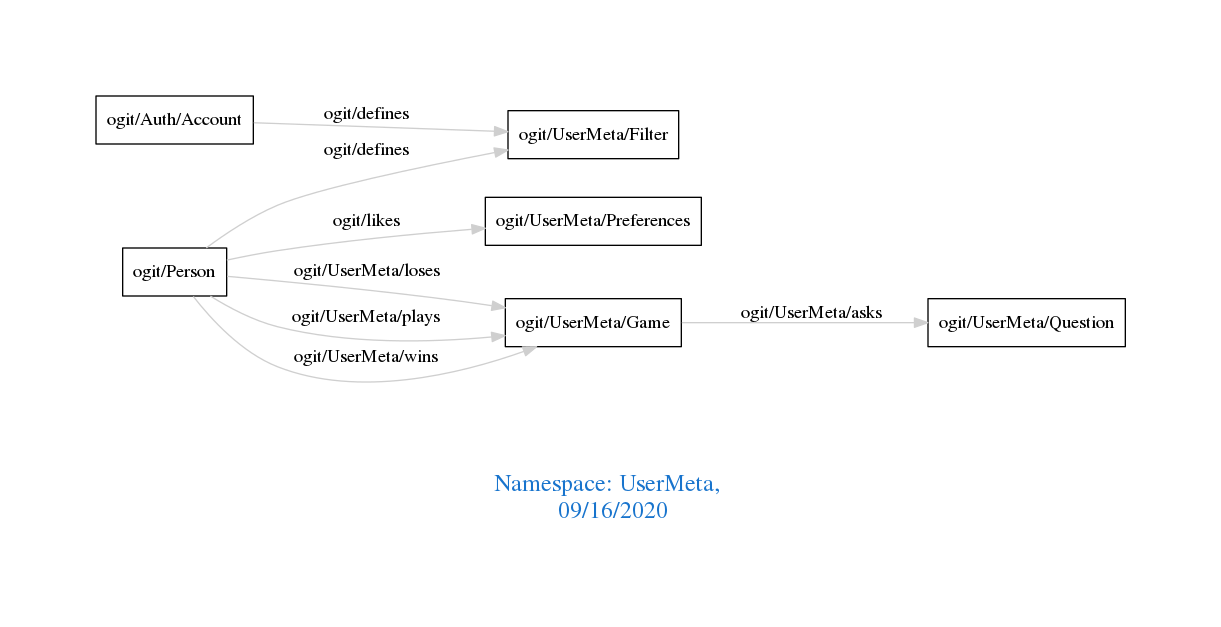
Earlier version of the Graphviz export downloads/UserMeta.png (arago/OGIT). Its source is kept beside it as downloads/UserMeta.dot.
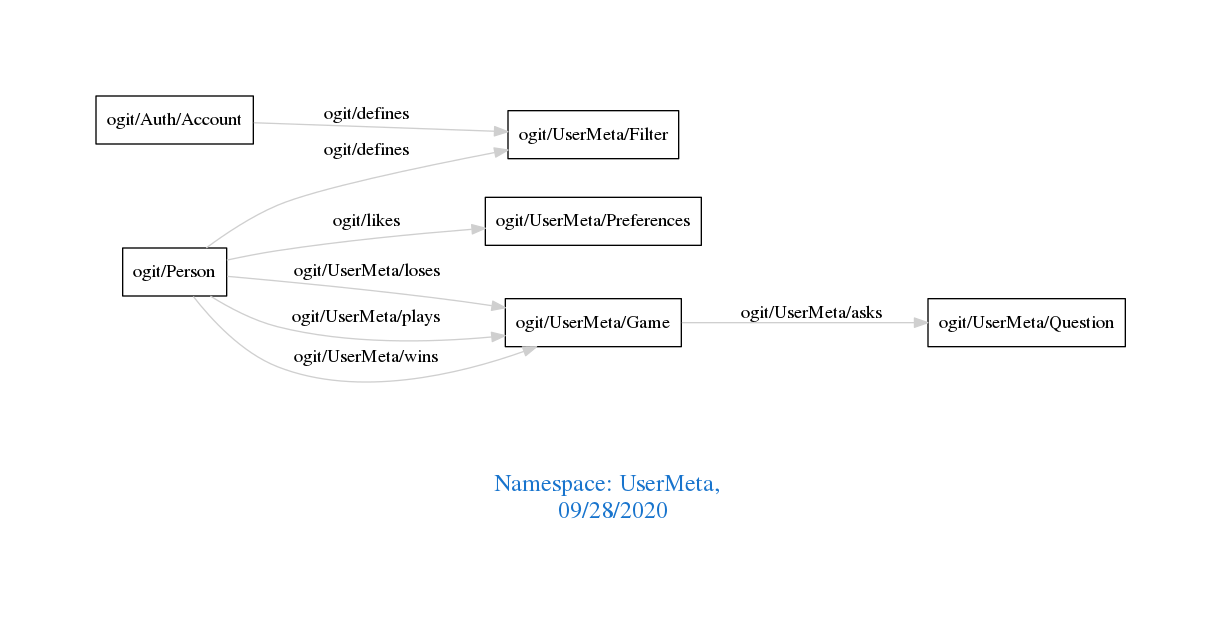
The same diagram one commit later.

What changed in the source:
```diff
@@ -1,7 +1,7 @@
 digraph OGIT_ontology {
  graph [ rankdir= LR,pad=1
 fontsize = 18,
-fontcolor= dodgerblue3,label = "\n\n\nNamespace: UserMeta, \n 09/16/2020"];
+fontcolor= dodgerblue3,label = "\n\n\nNamespace: UserMeta, \n 09/28/2020"];
 node[shape=polygon];
 edge [  color="gray81"];
 
```
